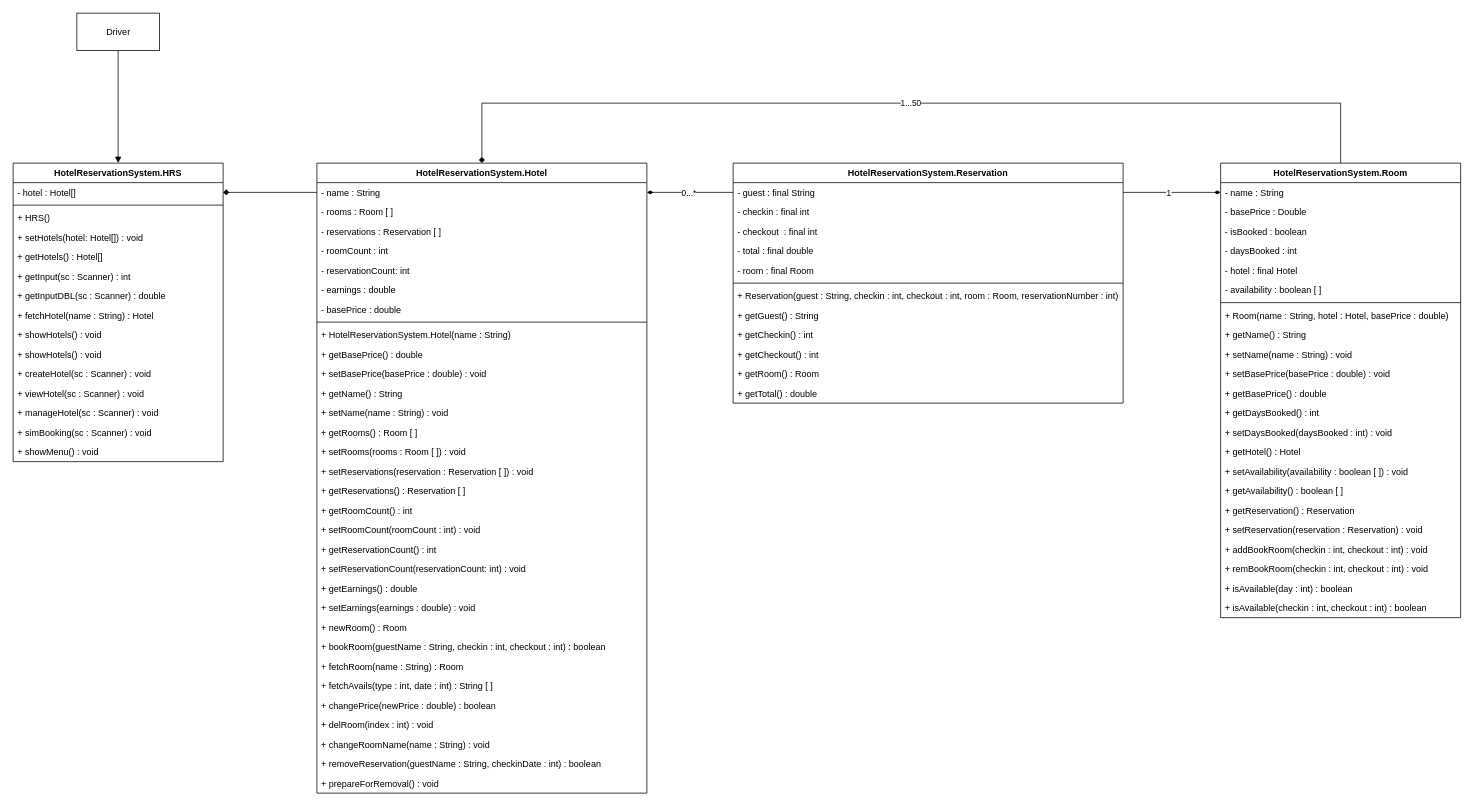
Above: res/UML.drawio in zrygan/CCPROG3-MCOs (draw.io), before the change. Source tidied: cells renumbered, new cells numbered last; positions are measured from the earlier drawing's top-left corner, leaving out a move shared by most shapes. Both pictures are drawn from the tidied source at 75%, with x=0, y=0 at pixel (13, 13).
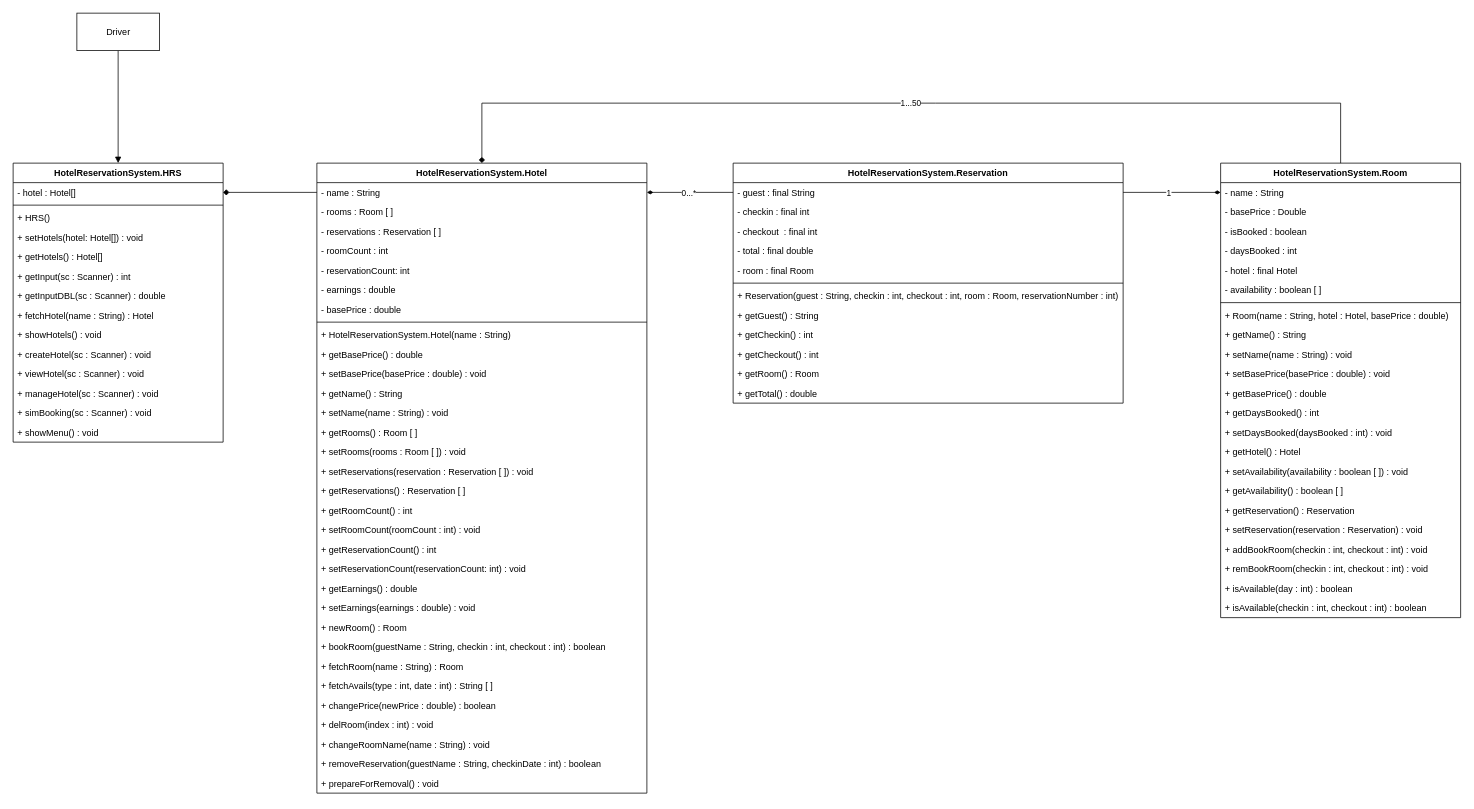
The same page after the edit.

What changed in the source:
```diff
@@
-<mxGraphModel background="#ffffff">
+<mxGraphModel>
@@
     <mxCell id="74" value="HotelReservationSystem.HRS" style="swimlane;fontStyle=1;align=center;verticalAlign=top;horizontal=1;startSize=26;" parent="1" vertex="1">
-      <mxGeometry y="200" width="280" height="398" as="geometry" />
+      <mxGeometry y="200" width="280" height="372" as="geometry" />
     </mxCell>
@@
-    <mxCell id="84" value="+ showHotels() : void" style="text;strokeColor=none;fillColor=none;align=left;verticalAlign=top;spacingLeft=4;spacingRight=4;overflow=hidden;" parent="74" vertex="1">
-      <mxGeometry y="242" width="280" height="26" as="geometry" />
-    </mxCell>
     <mxCell id="85" value="+ createHotel(sc : Scanner) : void" style="text;strokeColor=none;fillColor=none;align=left;verticalAlign=top;spacingLeft=4;spacingRight=4;overflow=hidden;" parent="74" vertex="1">
-      <mxGeometry y="268" width="280" height="26" as="geometry" />
+      <mxGeometry y="242" width="280" height="26" as="geometry" />
     </mxCell>
     <mxCell id="86" value="+ viewHotel(sc : Scanner) : void" style="text;strokeColor=none;fillColor=none;align=left;verticalAlign=top;spacingLeft=4;spacingRight=4;overflow=hidden;" parent="74" vertex="1">
-      <mxGeometry y="294" width="280" height="26" as="geometry" />
+      <mxGeometry y="268" width="280" height="26" as="geometry" />
     </mxCell>
     <mxCell id="87" value="+ manageHotel(sc : Scanner) : void" style="text;strokeColor=none;fillColor=none;align=left;verticalAlign=top;spacingLeft=4;spacingRight=4;overflow=hidden;" parent="74" vertex="1">
-      <mxGeometry y="320" width="280" height="26" as="geometry" />
+      <mxGeometry y="294" width="280" height="26" as="geometry" />
     </mxCell>
     <mxCell id="88" value="+ simBooking(sc : Scanner) : void" style="text;strokeColor=none;fillColor=none;align=left;verticalAlign=top;spacingLeft=4;spacingRight=4;overflow=hidden;" parent="74" vertex="1">
-      <mxGeometry y="346" width="280" height="26" as="geometry" />
+      <mxGeometry y="320" width="280" height="26" as="geometry" />
     </mxCell>
     <mxCell id="89" value="+ showMenu() : void" style="text;strokeColor=none;fillColor=none;align=left;verticalAlign=top;spacingLeft=4;spacingRight=4;overflow=hidden;" parent="74" vertex="1">
-      <mxGeometry y="372" width="280" height="26" as="geometry" />
+      <mxGeometry y="346" width="280" height="26" as="geometry" />
     </mxCell>
```
